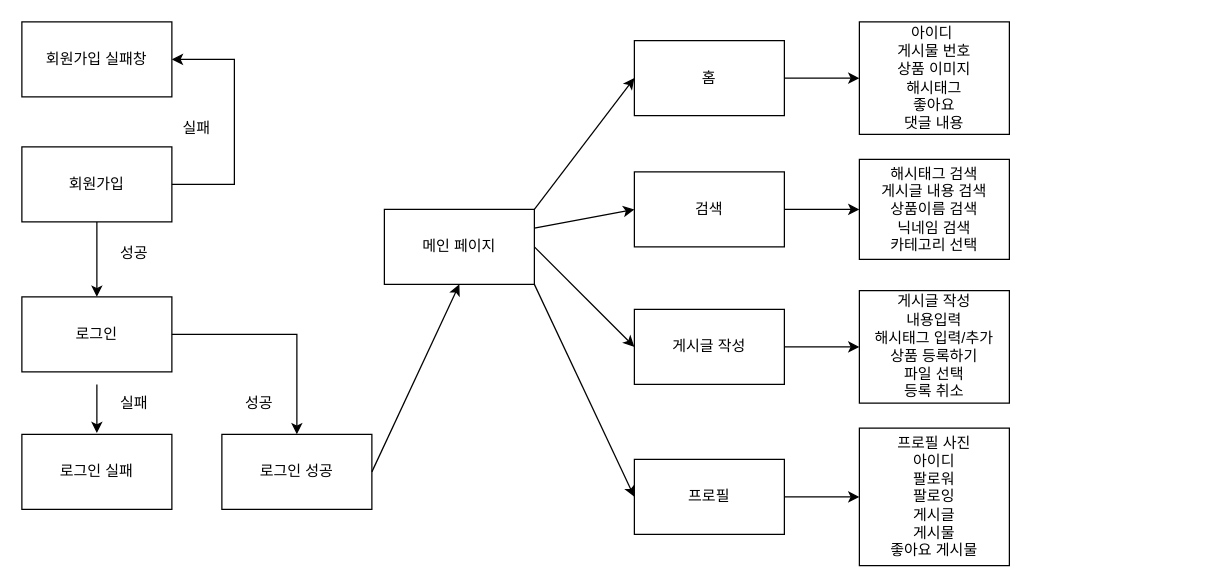
The draw.io diagram 제목 없는 다이어그램.drawio in dao9933/ai8erd, before the edit. Source tidied: cells renumbered, new cells numbered last; positions are measured from the earlier drawing's top-left corner, leaving out a move shared by most shapes. Both pictures are drawn from the tidied source at 125%, with x=0, y=0 at pixel (21, 21).
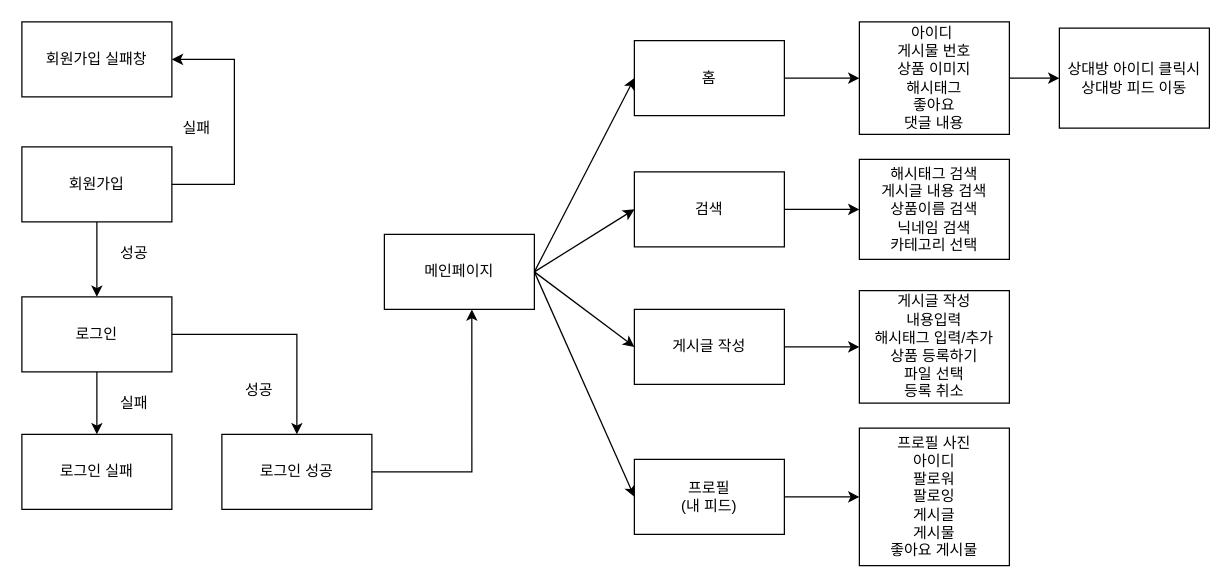
The same diagram, later.

Commit message:
제목 없는 다이어그램.drawio 업데이트

The change refers to these unchanged cells:
```xml
<mxCell id="3" value="로그인" style="rounded=0;whiteSpace=wrap;html=1;" parent="1" vertex="1">
  <mxGeometry y="220" width="120" height="60" as="geometry" />
</mxCell>
<mxCell id="9" value="로그인 실패" style="rounded=0;whiteSpace=wrap;html=1;" parent="1" vertex="1">
  <mxGeometry y="330" width="120" height="60" as="geometry" />
</mxCell>
<mxCell id="12" value="로그인 성공" style="rounded=0;whiteSpace=wrap;html=1;" parent="1" vertex="1">
  <mxGeometry x="160" y="330" width="120" height="60" as="geometry" />
</mxCell>
<mxCell id="17" value="홈" style="rounded=0;whiteSpace=wrap;html=1;" parent="1" vertex="1">
  <mxGeometry x="490" y="15" width="120" height="60" as="geometry" />
</mxCell>
<mxCell id="19" value="검색" style="rounded=0;whiteSpace=wrap;html=1;" parent="1" vertex="1">
  <mxGeometry x="490" y="120" width="120" height="60" as="geometry" />
</mxCell>
<mxCell id="23" value="게시글 작성" style="rounded=0;whiteSpace=wrap;html=1;" parent="1" vertex="1">
  <mxGeometry x="490" y="230" width="120" height="60" as="geometry" />
</mxCell>
<mxCell id="30" value="아이디&amp;nbsp;&lt;br&gt;게시물 번호&lt;br&gt;상품 이미지&lt;br&gt;해시태그&lt;br&gt;좋아요&lt;br&gt;댓글 내용" style="rounded=0;whiteSpace=wrap;html=1;" parent="1" vertex="1">
  <mxGeometry x="670" width="120" height="90" as="geometry" />
</mxCell>
```

Diff of the diagram source:
```diff
@@
+    <mxCell id="33" style="edgeStyle=orthogonalEdgeStyle;rounded=0;jettySize=auto;html=1;" parent="1" edge="1" source="3" target="9">
+      <mxGeometry relative="1" as="geometry" />
+    </mxCell>
@@
-    <mxCell id="10" style="endArrow=classic;html=1;rounded=0;exitX=0;exitY=0;exitDx=0;exitDy=0;" parent="1" edge="1" source="11">
-      <mxGeometry relative="1" as="geometry">
-        <mxPoint x="60" y="329" as="targetPoint" />
-      </mxGeometry>
-    </mxCell>
-    <mxCell id="11" value="실패" style="text;html=1;strokeColor=none;fillColor=none;align=center;verticalAlign=middle;whiteSpace=wrap;rounded=0;" parent="1" vertex="1">
-      <mxGeometry x="60" y="290" width="60" height="30" as="geometry" />
-    </mxCell>
@@
     <mxCell id="14" value="성공" style="text;html=1;strokeColor=none;fillColor=none;align=center;verticalAlign=middle;whiteSpace=wrap;rounded=0;" parent="1" vertex="1">
-      <mxGeometry x="160" y="290" width="60" height="30" as="geometry" />
+      <mxGeometry x="160" y="280" width="60" height="30" as="geometry" />
     </mxCell>
-    <mxCell id="15" value="메인 페이지" style="rounded=0;whiteSpace=wrap;html=1;" parent="1" vertex="1">
-      <mxGeometry x="290" y="150" width="120" height="60" as="geometry" />
-    </mxCell>
@@
-    <mxCell id="21" value="프로필" style="rounded=0;whiteSpace=wrap;html=1;" parent="1" vertex="1">
+    <mxCell id="21" value="프로필&lt;br&gt;(내 피드)" style="rounded=0;whiteSpace=wrap;html=1;" parent="1" vertex="1">
       <mxGeometry x="490" y="350" width="120" height="60" as="geometry" />
     </mxCell>
@@
-    <mxCell id="24" style="endArrow=classic;html=1;rounded=0;entryX=0;entryY=0.5;entryDx=0;entryDy=0;exitX=1;exitY=0;exitDx=0;exitDy=0;" parent="1" edge="1" source="15" target="17">
-      <mxGeometry relative="1" as="geometry" />
-    </mxCell>
-    <mxCell id="25" style="endArrow=classic;html=1;rounded=0;entryX=0;entryY=0.5;entryDx=0;entryDy=0;exitX=1;exitY=0.25;exitDx=0;exitDy=0;" parent="1" edge="1" source="15" target="19">
-      <mxGeometry relative="1" as="geometry" />
-    </mxCell>
-    <mxCell id="26" style="endArrow=classic;html=1;rounded=0;entryX=0;entryY=0.5;entryDx=0;entryDy=0;exitX=1;exitY=0.5;exitDx=0;exitDy=0;" parent="1" edge="1" source="15" target="23">
-      <mxGeometry relative="1" as="geometry" />
-    </mxCell>
-    <mxCell id="27" style="endArrow=classic;html=1;rounded=0;entryX=0;entryY=0.5;entryDx=0;entryDy=0;exitX=1;exitY=1;exitDx=0;exitDy=0;" parent="1" edge="1" source="15" target="21">
-      <mxGeometry relative="1" as="geometry" />
-    </mxCell>
@@
+    <mxCell id="34" style="edgeStyle=orthogonalEdgeStyle;rounded=0;jettySize=auto;html=1;" parent="1" edge="1" source="30" target="35">
+      <mxGeometry relative="1" as="geometry" />
+    </mxCell>
@@
-    <mxCell id="32" style="endArrow=classic;html=1;rounded=0;entryX=0.5;entryY=1;entryDx=0;entryDy=0;exitX=1;exitY=0.5;exitDx=0;exitDy=0;" parent="1" edge="1" source="12" target="15">
-      <mxGeometry relative="1" as="geometry" />
-    </mxCell>
+    <mxCell id="11" value="실패" style="text;html=1;strokeColor=none;fillColor=none;align=center;verticalAlign=middle;whiteSpace=wrap;rounded=0;" parent="1" vertex="1">
+      <mxGeometry x="60" y="290" width="60" height="30" as="geometry" />
+    </mxCell>
+    <mxCell id="35" value="상대방 아이디 클릭시&lt;br&gt;상대방 피드 이동" style="rounded=0;whiteSpace=wrap;html=1;" parent="1" vertex="1">
+      <mxGeometry x="830" y="5" width="120" height="80" as="geometry" />
+    </mxCell>
+    <mxCell id="36" value="메인페이지" style="rounded=0;whiteSpace=wrap;html=1;" parent="1" vertex="1">
+      <mxGeometry x="290" y="170" width="120" height="60" as="geometry" />
+    </mxCell>
+    <mxCell id="37" style="endArrow=classic;html=1;rounded=0;exitX=1;exitY=0.5;exitDx=0;exitDy=0;entryX=0.583;entryY=1;entryDx=0;entryDy=0;entryPerimeter=0;" parent="1" edge="1" source="12" target="36">
+      <mxGeometry relative="1" as="geometry">
+        <Array as="points">
+          <mxPoint x="360" y="360" />
+        </Array>
+      </mxGeometry>
+    </mxCell>
+    <mxCell id="38" style="endArrow=classic;html=1;rounded=0;exitX=1;exitY=0.5;exitDx=0;exitDy=0;entryX=0;entryY=0.5;entryDx=0;entryDy=0;" parent="1" edge="1" source="36" target="21">
+      <mxGeometry relative="1" as="geometry" />
+    </mxCell>
+    <mxCell id="39" style="endArrow=classic;html=1;rounded=0;exitX=1;exitY=0.5;exitDx=0;exitDy=0;entryX=0;entryY=0.5;entryDx=0;entryDy=0;" parent="1" edge="1" source="36" target="17">
+      <mxGeometry relative="1" as="geometry" />
+    </mxCell>
+    <mxCell id="40" style="endArrow=classic;html=1;rounded=0;exitX=1;exitY=0.5;exitDx=0;exitDy=0;entryX=0;entryY=0.5;entryDx=0;entryDy=0;" parent="1" edge="1" source="36" target="19">
+      <mxGeometry relative="1" as="geometry" />
+    </mxCell>
+    <mxCell id="41" style="endArrow=classic;html=1;rounded=0;exitX=1;exitY=0.5;exitDx=0;exitDy=0;entryX=0;entryY=0.5;entryDx=0;entryDy=0;" parent="1" edge="1" source="36" target="23">
+      <mxGeometry relative="1" as="geometry" />
+    </mxCell>
```
